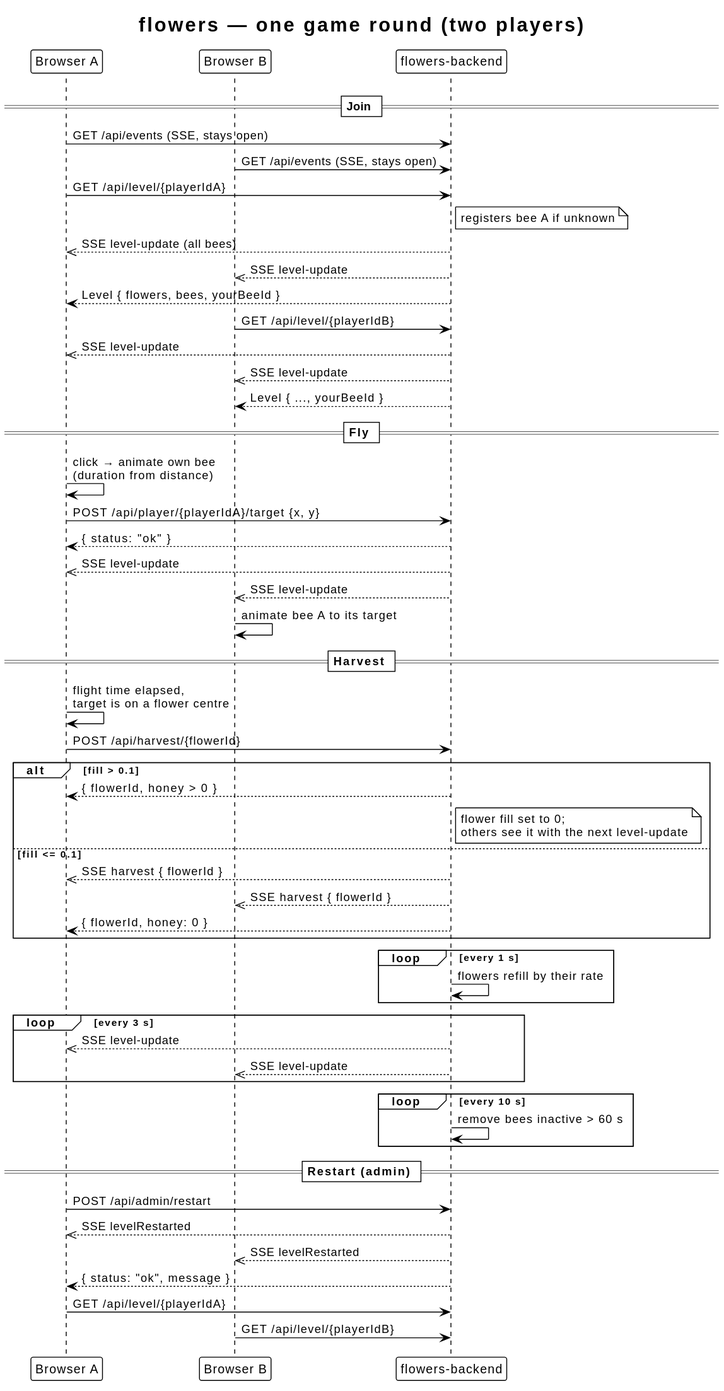
guFalcon/flowers-backend keeps this PlantUML diagram as docs/diagrams/game-round.svg. Above is the earlier version. Its diagram source:
```plantuml
@startuml
!theme plain
skinparam defaultFontName sans-serif
skinparam sequenceMessageAlign left
title flowers — one game round (two players)

participant "Browser A" as A
participant "Browser B" as B
participant "flowers-backend" as S

== Join ==
A -> S : GET /api/events (SSE, stays open)
B -> S : GET /api/events (SSE, stays open)
A -> S : GET /api/level/{playerIdA}
note right of S : registers bee A if unknown
S -->> A : SSE level-update (all bees)
S -->> B : SSE level-update
S --> A : Level { flowers, bees, yourBeeId }
B -> S : GET /api/level/{playerIdB}
S -->> A : SSE level-update
S -->> B : SSE level-update
S --> B : Level { ..., yourBeeId }

== Fly ==
A -> A : click → animate own bee\n(duration from distance)
A -> S : POST /api/player/{playerIdA}/target {x, y}
S --> A : { status: "ok" }
S -->> A : SSE level-update
S -->> B : SSE level-update
B -> B : animate bee A to its target

== Harvest ==
A -> A : flight time elapsed,\ntarget is on a flower centre
A -> S : POST /api/harvest/{flowerId}
alt fill > 0.1
  S --> A : { flowerId, honey > 0 }
  note right of S : flower fill set to 0;\nothers see it with the next level-update
else fill <= 0.1
  S -->> A : SSE harvest { flowerId }
  S -->> B : SSE harvest { flowerId }
  S --> A : { flowerId, honey: 0 }
end

loop every 1 s
  S -> S : flowers refill by their rate
end
loop every 3 s
  S -->> A : SSE level-update
  S -->> B : SSE level-update
end
loop every 10 s
  S -> S : remove bees inactive > 60 s
end

== Restart (admin) ==
A -> S : POST /api/admin/restart
S -->> A : SSE levelRestarted
S -->> B : SSE levelRestarted
S --> A : { status: "ok", message }
A -> S : GET /api/level/{playerIdA}
B -> S : GET /api/level/{playerIdB}
@enduml
```
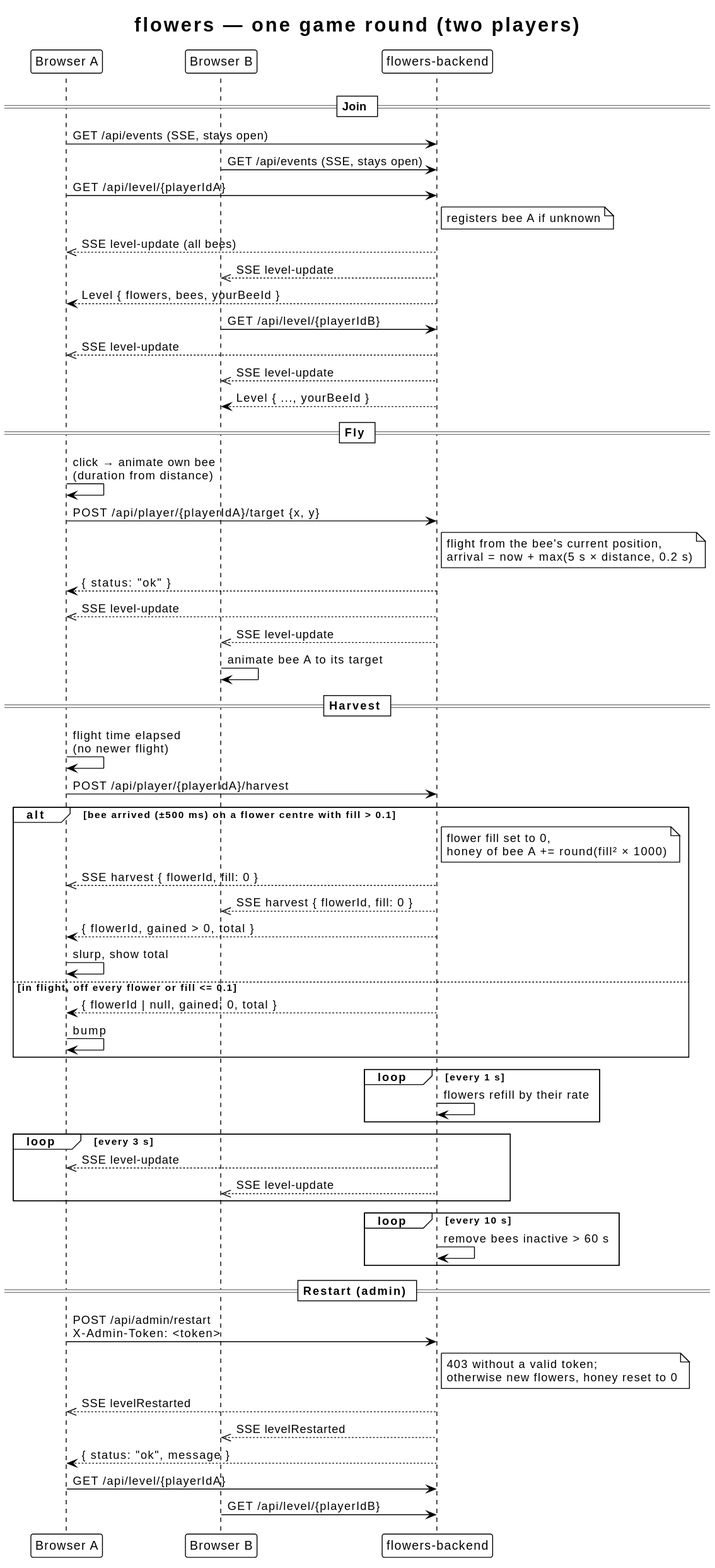
After the change.

Diff of the diagram source:
```diff
@@ -24,21 +24,24 @@
 == Fly ==
 A -> A : click → animate own bee\n(duration from distance)
 A -> S : POST /api/player/{playerIdA}/target {x, y}
+note right of S : flight from the bee's current position,\narrival = now + max(5 s × distance, 0.2 s)
 S --> A : { status: "ok" }
 S -->> A : SSE level-update
 S -->> B : SSE level-update
 B -> B : animate bee A to its target
 
 == Harvest ==
-A -> A : flight time elapsed,\ntarget is on a flower centre
-A -> S : POST /api/harvest/{flowerId}
-alt fill > 0.1
-  S --> A : { flowerId, honey > 0 }
-  note right of S : flower fill set to 0;\nothers see it with the next level-update
-else fill <= 0.1
-  S -->> A : SSE harvest { flowerId }
-  S -->> B : SSE harvest { flowerId }
-  S --> A : { flowerId, honey: 0 }
+A -> A : flight time elapsed\n(no newer flight)
+A -> S : POST /api/player/{playerIdA}/harvest
+alt bee arrived (±500 ms) on a flower centre with fill > 0.1
+  note right of S : flower fill set to 0,\nhoney of bee A += round(fill² × 1000)
+  S -->> A : SSE harvest { flowerId, fill: 0 }
+  S -->> B : SSE harvest { flowerId, fill: 0 }
+  S --> A : { flowerId, gained > 0, total }
+  A -> A : slurp, show total
+else in flight, off every flower or fill <= 0.1
+  S --> A : { flowerId | null, gained: 0, total }
+  A -> A : bump
 end
 
 loop every 1 s
@@ -53,7 +56,8 @@
 end
 
 == Restart (admin) ==
-A -> S : POST /api/admin/restart
+A -> S : POST /api/admin/restart\nX-Admin-Token: <token>
+note right of S : 403 without a valid token;\notherwise new flowers, honey reset to 0
 S -->> A : SSE levelRestarted
 S -->> B : SSE levelRestarted
 S --> A : { status: "ok", message }
```
